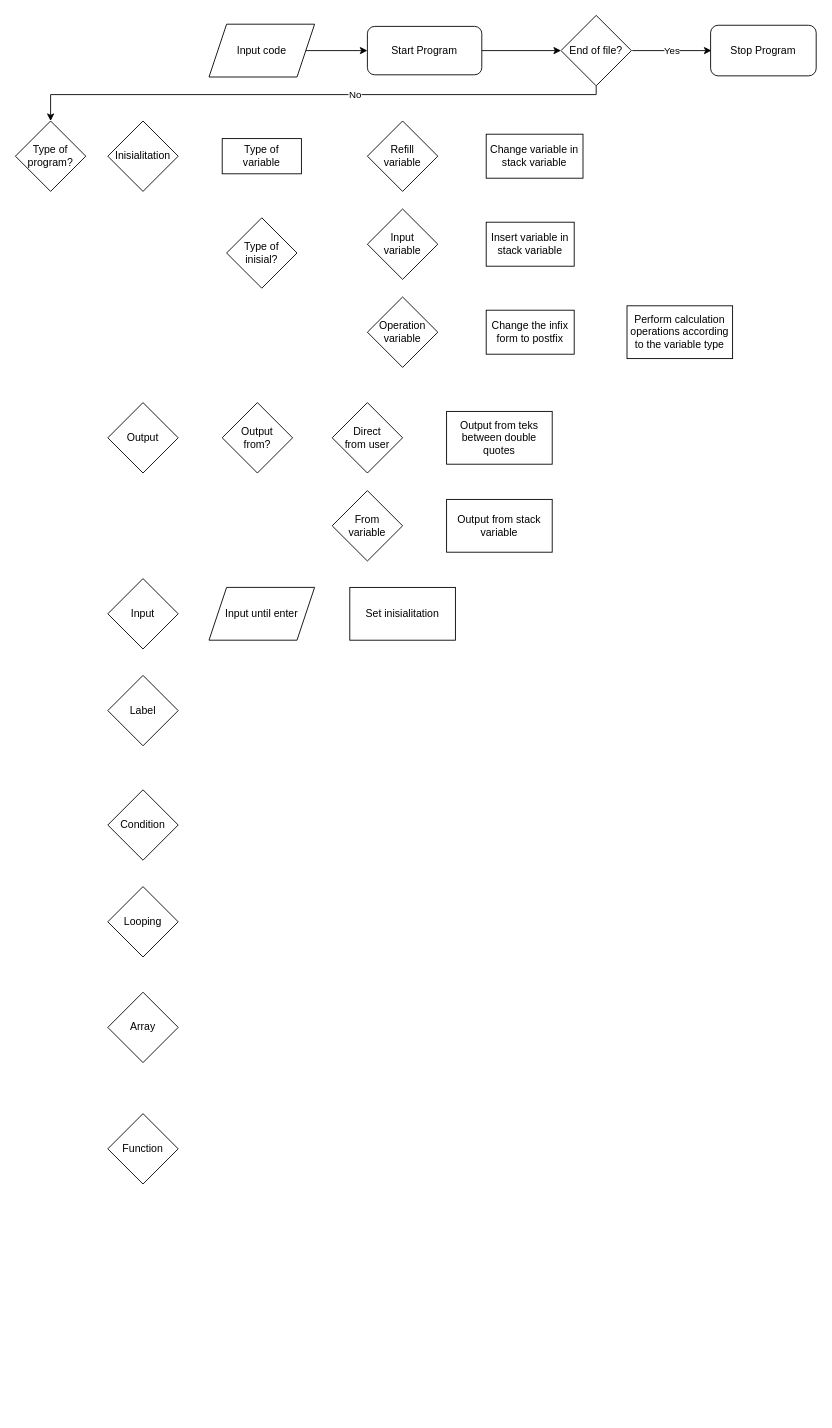
The draw.io diagram Flowchart.drawio in reeuze/Make-a-New-Language-Using-Python, before the edit. Source tidied: cells renumbered, new cells numbered last; positions are measured from the earlier drawing's top-left corner, leaving out a move shared by most shapes. Both pictures are drawn from the tidied source at 88%, with x=0, y=0 at pixel (15, 15).
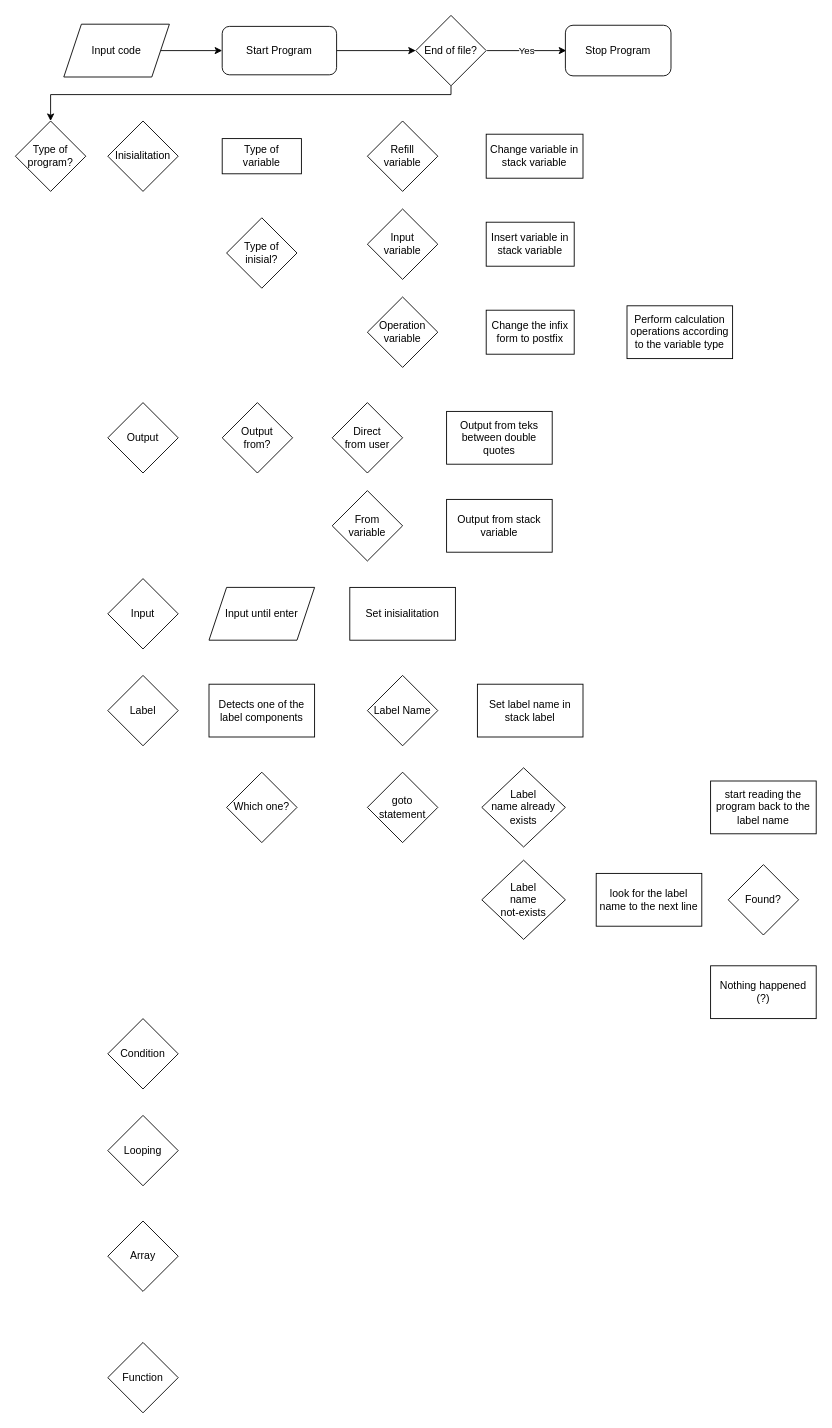
Above is the later version.

Unchanged cells that the change refers to:
```xml
<mxCell id="11" value="Type of&lt;br&gt;program?" style="rhombus;whiteSpace=wrap;html=1;" parent="1" vertex="1">
  <mxGeometry y="120" width="80" height="80" as="geometry" />
</mxCell>
```

The edit, as a diff of the source:
```diff
@@
     <mxCell id="3" value="Start Program" style="rounded=1;whiteSpace=wrap;html=1;" parent="1" vertex="1">
-      <mxGeometry x="400" y="12.5" width="130" height="55" as="geometry" />
+      <mxGeometry x="235" y="12.5" width="130" height="55" as="geometry" />
     </mxCell>
@@
     <mxCell id="5" value="Input code" style="shape=parallelogram;perimeter=parallelogramPerimeter;whiteSpace=wrap;html=1;fixedSize=1;" parent="1" vertex="1">
-      <mxGeometry x="220" y="10" width="120" height="60" as="geometry" />
+      <mxGeometry x="55" y="10" width="120" height="60" as="geometry" />
     </mxCell>
     <mxCell id="6" value="Yes" style="edgeStyle=orthogonalEdgeStyle;rounded=0;orthogonalLoop=1;jettySize=auto;html=1;entryX=0;entryY=0.5;entryDx=0;entryDy=0;" parent="1" edge="1">
       <mxGeometry relative="1" as="geometry">
-        <mxPoint x="701" y="40" as="sourcePoint" />
-        <mxPoint x="791" y="40" as="targetPoint" />
+        <mxPoint x="536" y="40" as="sourcePoint" />
+        <mxPoint x="626" y="40" as="targetPoint" />
       </mxGeometry>
     </mxCell>
     <mxCell id="7" style="edgeStyle=orthogonalEdgeStyle;rounded=0;jettySize=auto;html=1;entryX=0.5;entryY=0;entryDx=0;entryDy=0;" parent="1" edge="1" source="9" target="11">
       <mxGeometry relative="1" as="geometry">
         <Array as="points">
-          <mxPoint x="660" y="90" />
+          <mxPoint x="495" y="90" />
           <mxPoint x="40" y="90" />
         </Array>
       </mxGeometry>
     </mxCell>
-    <mxCell id="8" value="No" style="edgeLabel;html=1;align=center;verticalAlign=middle;" parent="7" vertex="1">
-      <mxGeometry x="-0.14" y="-1" relative="1" as="geometry">
-        <mxPoint x="-1" as="offset" />
-      </mxGeometry>
-    </mxCell>
     <mxCell id="9" value="End of file?" style="rhombus;whiteSpace=wrap;html=1;" parent="1" vertex="1">
-      <mxGeometry x="620" width="80" height="80" as="geometry" />
+      <mxGeometry x="455" width="80" height="80" as="geometry" />
     </mxCell>
     <mxCell id="10" value="Stop Program" style="rounded=1;whiteSpace=wrap;html=1;" parent="1" vertex="1">
-      <mxGeometry x="790" y="11.2" width="120" height="57.5" as="geometry" />
+      <mxGeometry x="625" y="11.2" width="120" height="57.5" as="geometry" />
     </mxCell>
@@
     <mxCell id="16" value="Condition" style="rhombus;whiteSpace=wrap;html=1;" parent="1" vertex="1">
-      <mxGeometry x="105" y="880" width="80" height="80" as="geometry" />
+      <mxGeometry x="105" y="1140" width="80" height="80" as="geometry" />
     </mxCell>
     <mxCell id="17" value="Looping" style="rhombus;whiteSpace=wrap;html=1;" parent="1" vertex="1">
-      <mxGeometry x="105" y="990" width="80" height="80" as="geometry" />
+      <mxGeometry x="105" y="1250" width="80" height="80" as="geometry" />
     </mxCell>
     <mxCell id="18" value="Array" style="rhombus;whiteSpace=wrap;html=1;" parent="1" vertex="1">
-      <mxGeometry x="105" y="1110" width="80" height="80" as="geometry" />
+      <mxGeometry x="105" y="1370" width="80" height="80" as="geometry" />
     </mxCell>
     <mxCell id="19" value="Function" style="rhombus;whiteSpace=wrap;html=1;" parent="1" vertex="1">
-      <mxGeometry x="105" y="1248" width="80" height="80" as="geometry" />
+      <mxGeometry x="105" y="1508" width="80" height="80" as="geometry" />
     </mxCell>
@@
+    <mxCell id="36" value="Which one?" style="rhombus;whiteSpace=wrap;html=1;" parent="1" vertex="1">
+      <mxGeometry x="240" y="860" width="80" height="80" as="geometry" />
+    </mxCell>
+    <mxCell id="37" value="Detects one of the label components" style="rounded=0;whiteSpace=wrap;html=1;" parent="1" vertex="1">
+      <mxGeometry x="220" y="760" width="120" height="60" as="geometry" />
+    </mxCell>
+    <mxCell id="38" value="Label Name" style="rhombus;whiteSpace=wrap;html=1;" parent="1" vertex="1">
+      <mxGeometry x="400" y="750" width="80" height="80" as="geometry" />
+    </mxCell>
+    <mxCell id="39" value="goto statement" style="rhombus;whiteSpace=wrap;html=1;" parent="1" vertex="1">
+      <mxGeometry x="400" y="860" width="80" height="80" as="geometry" />
+    </mxCell>
+    <mxCell id="40" value="Set label name in stack label" style="rounded=0;whiteSpace=wrap;html=1;" parent="1" vertex="1">
+      <mxGeometry x="525" y="760" width="120" height="60" as="geometry" />
+    </mxCell>
+    <mxCell id="41" value="Label&lt;br&gt;name already&lt;br&gt;exists" style="rhombus;whiteSpace=wrap;html=1;" parent="1" vertex="1">
+      <mxGeometry x="530" y="855" width="95" height="90" as="geometry" />
+    </mxCell>
+    <mxCell id="42" value="Label&lt;br&gt;name&lt;br&gt;not-exists" style="rhombus;whiteSpace=wrap;html=1;" parent="1" vertex="1">
+      <mxGeometry x="530" y="960" width="95" height="90" as="geometry" />
+    </mxCell>
+    <mxCell id="43" value="start reading the program back to the label name" style="rounded=0;whiteSpace=wrap;html=1;" parent="1" vertex="1">
+      <mxGeometry x="790" y="870" width="120" height="60" as="geometry" />
+    </mxCell>
+    <mxCell id="44" value="look for the label name to the next line" style="rounded=0;whiteSpace=wrap;html=1;" parent="1" vertex="1">
+      <mxGeometry x="660" y="975" width="120" height="60" as="geometry" />
+    </mxCell>
+    <mxCell id="45" value="Found?" style="rhombus;whiteSpace=wrap;html=1;" parent="1" vertex="1">
+      <mxGeometry x="810" y="965" width="80" height="80" as="geometry" />
+    </mxCell>
+    <mxCell id="46" value="Nothing happened&lt;br&gt;(?)" style="rounded=0;whiteSpace=wrap;html=1;" parent="1" vertex="1">
+      <mxGeometry x="790" y="1080" width="120" height="60" as="geometry" />
+    </mxCell>
```
